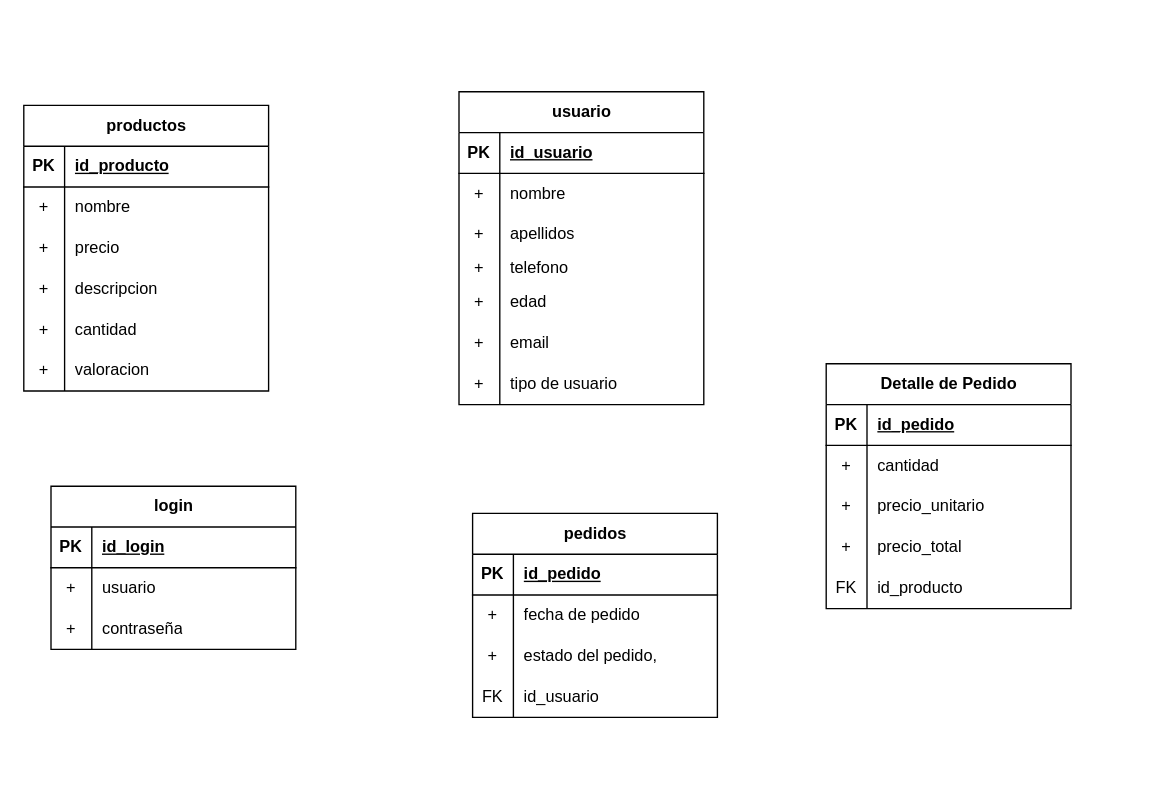
Before: Diagrama sin título.drawio in camiloGHS21/camiloghs21.github.io, a draw.io diagram. Source tidied: cells renumbered, new cells numbered last; positions are measured from the earlier drawing's top-left corner, leaving out a move shared by most shapes. Both pictures are drawn from the tidied source at 136%, with x=0, y=0 at pixel (23, 91).
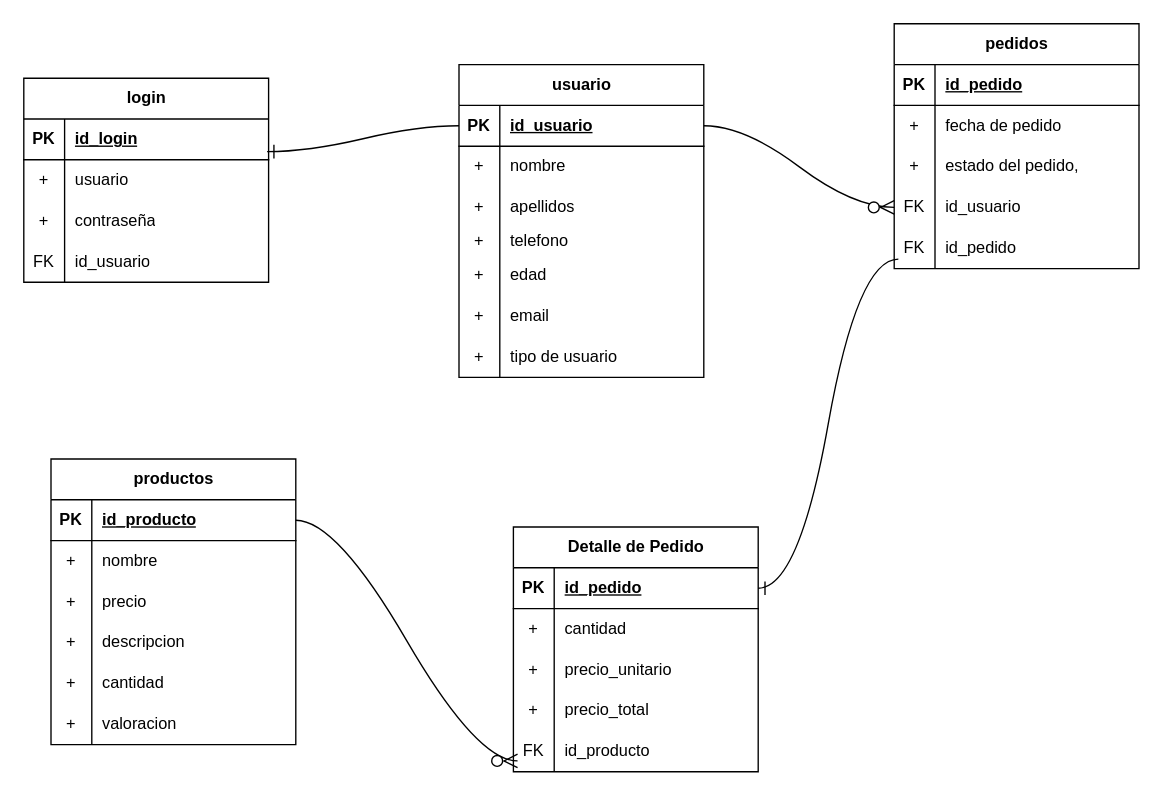
The same page after the edit.

The change refers to these unchanged cells:
```xml
<mxCell id="3" style="shape=tableRow;horizontal=0;startSize=0;swimlaneHead=0;swimlaneBody=0;fillColor=none;points=[[0,0.5],[1,0.5]];portConstraint=eastwest;top=0;left=0;right=0;bottom=1;" parent="2" vertex="1">
  <mxGeometry y="30" width="180" height="30" as="geometry" />
</mxCell>
<mxCell id="22" style="shape=tableRow;horizontal=0;startSize=0;swimlaneHead=0;swimlaneBody=0;fillColor=none;points=[[0,0.5],[1,0.5]];portConstraint=eastwest;top=0;left=0;right=0;bottom=1;" parent="21" vertex="1">
  <mxGeometry y="30" width="180" height="30" as="geometry" />
</mxCell>
<mxCell id="44" style="shape=tableRow;horizontal=0;startSize=0;swimlaneHead=0;swimlaneBody=0;fillColor=none;points=[[0,0.5],[1,0.5]];portConstraint=eastwest;top=0;left=0;right=0;bottom=1;" parent="43" vertex="1">
  <mxGeometry y="30" width="180" height="30" as="geometry" />
</mxCell>
<mxCell id="63" style="shape=tableRow;horizontal=0;startSize=0;swimlaneHead=0;swimlaneBody=0;fillColor=none;points=[[0,0.5],[1,0.5]];portConstraint=eastwest;top=0;left=0;right=0;bottom=0;" parent="53" vertex="1">
  <mxGeometry y="120" width="180" height="30" as="geometry" />
</mxCell>
<mxCell id="67" style="shape=tableRow;horizontal=0;startSize=0;swimlaneHead=0;swimlaneBody=0;fillColor=none;points=[[0,0.5],[1,0.5]];portConstraint=eastwest;top=0;left=0;right=0;bottom=1;" parent="66" vertex="1">
  <mxGeometry y="30" width="180" height="30" as="geometry" />
</mxCell>
<mxCell id="79" style="shape=tableRow;horizontal=0;startSize=0;swimlaneHead=0;swimlaneBody=0;fillColor=none;points=[[0,0.5],[1,0.5]];portConstraint=eastwest;top=0;left=0;right=0;bottom=0;" parent="66" vertex="1">
  <mxGeometry y="150" width="180" height="30" as="geometry" />
</mxCell>
```

Diff of the diagram source:
```diff
@@
     <mxCell id="2" value="productos" style="shape=table;startSize=30;childLayout=tableLayout;rowLines=0;fontStyle=1;align=center;html=1;" parent="1" vertex="1">
-      <mxGeometry y="10" width="180" height="210" as="geometry" />
+      <mxGeometry x="20" y="270" width="180" height="210" as="geometry" />
     </mxCell>
@@
     <mxCell id="21" value="usuario" style="shape=table;startSize=30;childLayout=tableLayout;rowLines=0;fontStyle=1;align=center;html=1;" parent="1" vertex="1">
-      <mxGeometry x="320" width="180" height="230" as="geometry" />
+      <mxGeometry x="320" y="-20" width="180" height="230" as="geometry" />
     </mxCell>
@@
     <mxCell id="43" value="login" style="shape=table;startSize=30;childLayout=tableLayout;rowLines=0;fontStyle=1;align=center;html=1;" parent="1" vertex="1">
-      <mxGeometry x="20" y="290" width="180" height="120" as="geometry" />
+      <mxGeometry y="-10" width="180" height="150" as="geometry" />
     </mxCell>
@@
+    <mxCell id="82" style="shape=tableRow;horizontal=0;startSize=0;swimlaneHead=0;swimlaneBody=0;fillColor=none;top=0;left=0;right=0;bottom=0;" parent="43" vertex="1">
+      <mxGeometry y="120" width="180" height="30" as="geometry" />
+    </mxCell>
+    <mxCell id="83" value="FK" style="shape=partialRectangle;fillColor=none;top=0;left=0;bottom=0;right=0;overflow=hidden;whiteSpace=wrap;html=1;" parent="82" vertex="1">
+      <mxGeometry width="30" height="30" as="geometry" />
+    </mxCell>
+    <mxCell id="84" value="id_usuario" style="shape=partialRectangle;fillColor=none;top=0;left=0;bottom=0;right=0;align=left;spacingLeft=6;overflow=hidden;whiteSpace=wrap;html=1;" parent="82" vertex="1">
+      <mxGeometry x="30" width="150" height="30" as="geometry" />
+    </mxCell>
     <mxCell id="53" value="&lt;div&gt;pedidos&lt;/div&gt;" style="shape=table;startSize=30;childLayout=tableLayout;rowLines=0;fontStyle=1;align=center;html=1;" parent="1" vertex="1">
-      <mxGeometry x="330" y="310" width="180" height="150" as="geometry" />
+      <mxGeometry x="640" y="-50" width="180" height="180" as="geometry" />
     </mxCell>
@@
+    <mxCell id="85" style="shape=tableRow;horizontal=0;startSize=0;swimlaneHead=0;swimlaneBody=0;fillColor=none;points=[[0,0.5],[1,0.5]];portConstraint=eastwest;top=0;left=0;right=0;bottom=0;" parent="53" vertex="1">
+      <mxGeometry y="150" width="180" height="30" as="geometry" />
+    </mxCell>
+    <mxCell id="86" value="FK" style="shape=partialRectangle;fillColor=none;top=0;left=0;bottom=0;right=0;overflow=hidden;whiteSpace=wrap;html=1;" parent="85" vertex="1">
+      <mxGeometry width="30" height="30" as="geometry" />
+    </mxCell>
+    <mxCell id="87" value="&lt;div&gt;id_pedido&lt;/div&gt;" style="shape=partialRectangle;fillColor=none;top=0;left=0;bottom=0;right=0;align=left;spacingLeft=6;overflow=hidden;whiteSpace=wrap;html=1;shadow=1;" parent="85" vertex="1">
+      <mxGeometry x="30" width="150" height="30" as="geometry" />
+    </mxCell>
     <mxCell id="66" value="&lt;strong&gt;Detalle de Pedido&lt;/strong&gt;" style="shape=table;startSize=30;childLayout=tableLayout;rowLines=0;fontStyle=1;align=center;html=1;" parent="1" vertex="1">
-      <mxGeometry x="590" y="200" width="180" height="180" as="geometry" />
+      <mxGeometry x="360" y="320" width="180" height="180" as="geometry" />
     </mxCell>
@@
+    <mxCell id="88" style="edgeStyle=entityRelationEdgeStyle;fontSize=12;html=1;endArrow=ERzeroToMany;endFill=1;rounded=0;startSize=8;endSize=8;curved=1;exitX=1;exitY=0.5;exitDx=0;exitDy=0;entryX=0;entryY=0.5;entryDx=0;entryDy=0;" parent="1" edge="1" source="22" target="63">
+      <mxGeometry relative="1" as="geometry" />
+    </mxCell>
+    <mxCell id="89" style="edgeStyle=entityRelationEdgeStyle;fontSize=12;html=1;endArrow=ERzeroToMany;endFill=1;rounded=0;startSize=8;endSize=8;curved=1;entryX=0.017;entryY=0.733;entryDx=0;entryDy=0;entryPerimeter=0;exitX=1;exitY=0.5;exitDx=0;exitDy=0;" parent="1" edge="1" source="3" target="79">
+      <mxGeometry relative="1" as="geometry" />
+    </mxCell>
+    <mxCell id="90" style="edgeStyle=entityRelationEdgeStyle;fontSize=12;html=1;endArrow=ERone;endFill=1;rounded=0;startSize=8;endSize=8;curved=1;exitX=0.017;exitY=0.767;exitDx=0;exitDy=0;exitPerimeter=0;" parent="1" edge="1" source="85" target="67">
+      <mxGeometry relative="1" as="geometry" />
+    </mxCell>
+    <mxCell id="91" style="edgeStyle=entityRelationEdgeStyle;fontSize=12;html=1;endArrow=ERone;endFill=1;rounded=0;startSize=8;endSize=8;curved=1;exitX=0;exitY=0.5;exitDx=0;exitDy=0;entryX=0.994;entryY=0.8;entryDx=0;entryDy=0;entryPerimeter=0;" parent="1" edge="1" source="22" target="44">
+      <mxGeometry relative="1" as="geometry" />
+    </mxCell>
```
